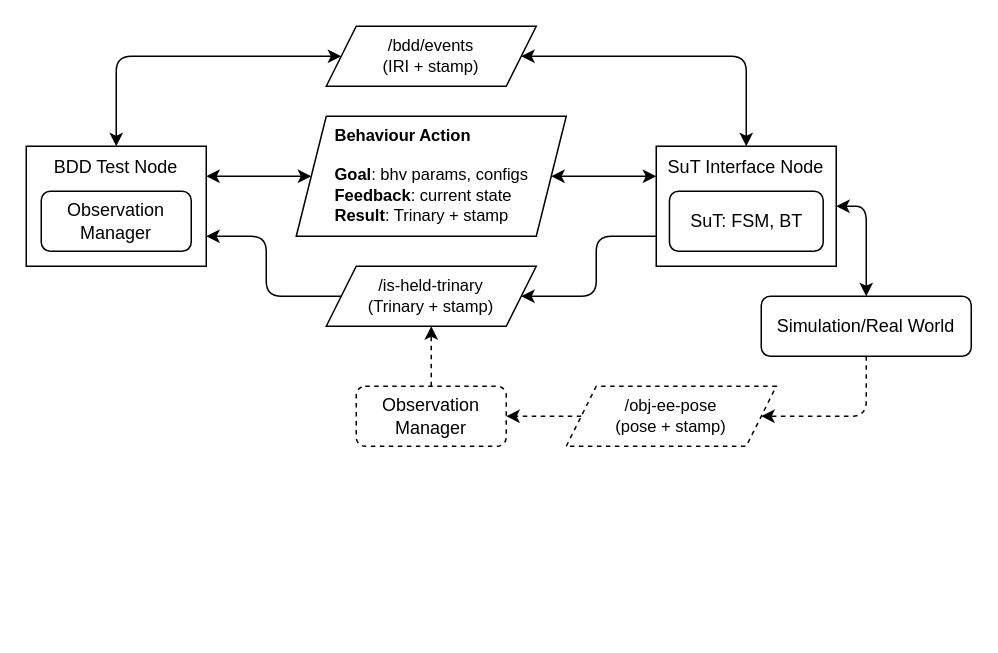
The draw.io diagram page "data flow ROS" (1 of 4) of test-execution.drawio in minhnh/drawio-diagrams, before the edit. Source tidied: cells renumbered, new cells numbered last; positions are measured from the earlier drawing's top-left corner, leaving out a move shared by most shapes. Both pictures are drawn from the tidied source at 150%, with x=0, y=0 at pixel (26, 26).
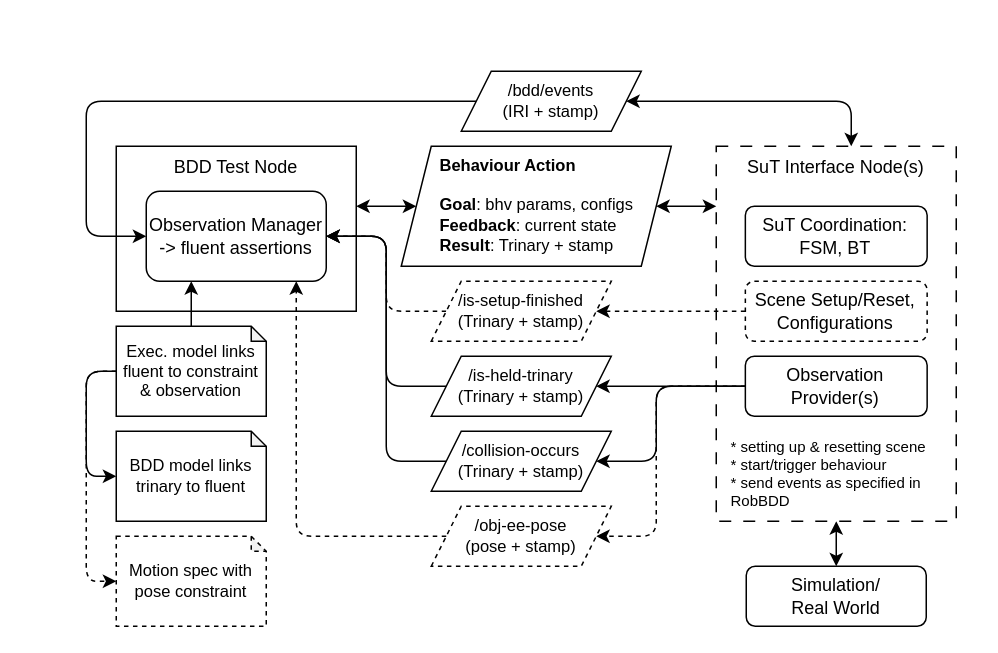
The same diagram, later.

The edit, as a diff of the source:
```diff
@@
-    <mxCell id="2" style="edgeStyle=orthogonalEdgeStyle;shape=connector;curved=0;rounded=1;jettySize=auto;html=1;strokeColor=default;align=center;verticalAlign=middle;fontFamily=Helvetica;fontSize=11;fontColor=default;labelBackgroundColor=default;endArrow=classic;startArrow=classic;startFill=1;" parent="1" edge="1" source="3" target="11">
-      <mxGeometry relative="1" as="geometry">
-        <Array as="points">
-          <mxPoint x="60" y="20" />
-        </Array>
-      </mxGeometry>
-    </mxCell>
     <mxCell id="3" value="BDD Test Node" style="rounded=0;whiteSpace=wrap;html=1;verticalAlign=top;" parent="1" vertex="1">
-      <mxGeometry y="80" width="120" height="80" as="geometry" />
+      <mxGeometry x="60" y="80" width="160" height="110" as="geometry" />
     </mxCell>
-    <mxCell id="4" value="Observation Manager" style="rounded=1;whiteSpace=wrap;html=1;verticalAlign=middle;" parent="3" vertex="1">
-      <mxGeometry x="10" y="30" width="100" height="40" as="geometry" />
+    <mxCell id="4" value="Observation Manager&lt;br&gt;-&amp;gt; fluent assertions" style="rounded=1;whiteSpace=wrap;html=1;verticalAlign=middle;" parent="3" vertex="1">
+      <mxGeometry x="20" y="30" width="120" height="60" as="geometry" />
     </mxCell>
-    <mxCell id="5" style="edgeStyle=orthogonalEdgeStyle;shape=connector;curved=0;rounded=1;jettySize=auto;html=1;strokeColor=default;align=center;verticalAlign=middle;fontFamily=Helvetica;fontSize=11;fontColor=default;labelBackgroundColor=default;startArrow=none;startFill=0;endArrow=classic;" parent="1" edge="1" source="7" target="18">
-      <mxGeometry relative="1" as="geometry">
-        <Array as="points">
-          <mxPoint x="380" y="140" />
-          <mxPoint x="380" y="180" />
-        </Array>
-      </mxGeometry>
-    </mxCell>
     <mxCell id="6" style="edgeStyle=orthogonalEdgeStyle;shape=connector;curved=0;rounded=1;jettySize=auto;html=1;strokeColor=default;align=center;verticalAlign=middle;fontFamily=Helvetica;fontSize=11;fontColor=default;labelBackgroundColor=default;startArrow=classic;startFill=1;endArrow=classic;" parent="1" edge="1" source="7" target="10">
-      <mxGeometry relative="1" as="geometry">
-        <Array as="points">
-          <mxPoint x="560" y="120" />
-        </Array>
-      </mxGeometry>
+      <mxGeometry relative="1" as="geometry" />
     </mxCell>
-    <mxCell id="7" value="SuT Interface Node" style="rounded=0;whiteSpace=wrap;html=1;verticalAlign=top;" parent="1" vertex="1">
-      <mxGeometry x="420" y="80" width="120" height="80" as="geometry" />
+    <mxCell id="7" value="SuT Interface Node(s)" style="rounded=0;whiteSpace=wrap;html=1;verticalAlign=top;dashed=1;dashPattern=8 8;" parent="1" vertex="1">
+      <mxGeometry x="460" y="80" width="160" height="250" as="geometry" />
     </mxCell>
-    <mxCell id="8" value="SuT: FSM, BT" style="rounded=1;whiteSpace=wrap;html=1;" parent="7" vertex="1">
-      <mxGeometry x="8.8" y="30" width="102.5" height="40" as="geometry" />
+    <mxCell id="8" value="SuT Coordination: FSM, BT" style="rounded=1;whiteSpace=wrap;html=1;" parent="7" vertex="1">
+      <mxGeometry x="19.4" y="40" width="121.2" height="40" as="geometry" />
     </mxCell>
+    <mxCell id="22" value="Scene Setup/Reset, Configurations" style="rounded=1;whiteSpace=wrap;html=1;dashed=1;" parent="7" vertex="1">
+      <mxGeometry x="19.4" y="90" width="121.2" height="40" as="geometry" />
+    </mxCell>
+    <mxCell id="23" value="Observation Provider(s)" style="rounded=1;whiteSpace=wrap;html=1;" parent="7" vertex="1">
+      <mxGeometry x="19.4" y="140" width="121.2" height="40" as="geometry" />
+    </mxCell>
+    <mxCell id="24" value="&lt;h1 style=&quot;margin-top: 0px;&quot;&gt;&lt;span style=&quot;background-color: transparent; color: light-dark(rgb(0, 0, 0), rgb(255, 255, 255)); font-weight: normal;&quot;&gt;* setting up &amp;amp; resetting scene&lt;br&gt;* start/trigger behaviour&lt;br&gt;* send events as specified in RobBDD&lt;/span&gt;&lt;/h1&gt;" style="text;html=1;whiteSpace=wrap;overflow=hidden;rounded=0;spacing=0;fontSize=5;" parent="7" vertex="1">
+      <mxGeometry x="10" y="190" width="140" height="50" as="geometry" />
+    </mxCell>
-    <mxCell id="9" style="edgeStyle=orthogonalEdgeStyle;shape=connector;curved=0;rounded=1;jettySize=auto;html=1;strokeColor=default;align=center;verticalAlign=middle;fontFamily=Helvetica;fontSize=11;fontColor=default;labelBackgroundColor=default;startArrow=none;startFill=0;endArrow=classic;dashed=1;" parent="1" edge="1" source="10" target="16">
+    <mxCell id="9" style="edgeStyle=orthogonalEdgeStyle;shape=connector;curved=0;rounded=1;jettySize=auto;html=1;strokeColor=default;align=center;verticalAlign=middle;fontFamily=Helvetica;fontSize=11;fontColor=default;labelBackgroundColor=default;startArrow=none;startFill=0;endArrow=classic;dashed=1;" parent="1" edge="1" source="23" target="16">
       <mxGeometry relative="1" as="geometry">
         <Array as="points">
-          <mxPoint x="560" y="260" />
+          <mxPoint x="420" y="240" />
+          <mxPoint x="420" y="340" />
         </Array>
       </mxGeometry>
     </mxCell>
+    <mxCell id="25" style="edgeStyle=orthogonalEdgeStyle;shape=connector;curved=0;rounded=1;jettySize=auto;html=1;strokeColor=default;align=center;verticalAlign=middle;fontFamily=Helvetica;fontSize=11;fontColor=default;labelBackgroundColor=default;startArrow=none;startFill=0;endArrow=classic;" parent="1" edge="1" source="23" target="36">
+      <mxGeometry relative="1" as="geometry">
+        <Array as="points">
+          <mxPoint x="420" y="240" />
+          <mxPoint x="420" y="290" />
+        </Array>
+      </mxGeometry>
+    </mxCell>
-    <mxCell id="10" value="Simulation/Real World" style="rounded=1;whiteSpace=wrap;html=1;verticalAlign=middle;align=center;" parent="1" vertex="1">
-      <mxGeometry x="490" y="180" width="140" height="40" as="geometry" />
+    <mxCell id="10" value="Simulation/&lt;br&gt;Real World" style="rounded=1;whiteSpace=wrap;html=1;verticalAlign=middle;align=center;" parent="1" vertex="1">
+      <mxGeometry x="480" y="360" width="120" height="40" as="geometry" />
     </mxCell>
+    <mxCell id="26" style="edgeStyle=orthogonalEdgeStyle;shape=connector;curved=0;rounded=1;jettySize=auto;html=1;strokeColor=default;align=center;verticalAlign=middle;fontFamily=Helvetica;fontSize=11;fontColor=default;labelBackgroundColor=default;startArrow=none;startFill=0;endArrow=classic;" parent="1" edge="1" source="11" target="4">
+      <mxGeometry relative="1" as="geometry">
+        <Array as="points">
+          <mxPoint x="40" y="50" />
+          <mxPoint x="40" y="140" />
+        </Array>
+      </mxGeometry>
+    </mxCell>
     <mxCell id="11" value="/bdd/events&lt;br&gt;(IRI + stamp)" style="shape=parallelogram;perimeter=parallelogramPerimeter;whiteSpace=wrap;html=1;fixedSize=1;fontFamily=Helvetica;fontSize=11;fontColor=default;labelBackgroundColor=default;" parent="1" vertex="1">
-      <mxGeometry x="200" width="140" height="40" as="geometry" />
+      <mxGeometry x="290" y="30" width="120" height="40" as="geometry" />
     </mxCell>
     <mxCell id="12" style="edgeStyle=orthogonalEdgeStyle;shape=connector;curved=0;rounded=1;jettySize=auto;html=1;strokeColor=default;align=center;verticalAlign=middle;fontFamily=Helvetica;fontSize=11;fontColor=default;labelBackgroundColor=default;endArrow=classic;startArrow=classic;startFill=1;" parent="1" edge="1" source="11" target="7">
       <mxGeometry relative="1" as="geometry">
         <Array as="points">
-          <mxPoint x="480" y="20" />
+          <mxPoint x="550" y="50" />
         </Array>
       </mxGeometry>
     </mxCell>
     <mxCell id="13" value="&lt;b&gt;Behaviour Action&lt;/b&gt;&lt;div&gt;&lt;b&gt;&lt;br&gt;Goal&lt;/b&gt;: bhv params, configs&lt;/div&gt;&lt;div&gt;&lt;b&gt;Feedback&lt;/b&gt;: current state&lt;/div&gt;&lt;div&gt;&lt;b&gt;Result&lt;/b&gt;: Trinary + stamp&lt;/div&gt;" style="shape=parallelogram;perimeter=parallelogramPerimeter;whiteSpace=wrap;html=1;fixedSize=1;fontFamily=Helvetica;fontSize=11;fontColor=default;labelBackgroundColor=default;verticalAlign=top;align=left;spacingLeft=24;spacingTop=0;" parent="1" vertex="1">
-      <mxGeometry x="180" y="60" width="180" height="80" as="geometry" />
+      <mxGeometry x="250" y="80" width="180" height="80" as="geometry" />
     </mxCell>
     <mxCell id="14" style="edgeStyle=orthogonalEdgeStyle;shape=connector;curved=0;rounded=1;jettySize=auto;html=1;strokeColor=default;align=center;verticalAlign=middle;fontFamily=Helvetica;fontSize=11;fontColor=default;labelBackgroundColor=default;endArrow=classic;startArrow=classic;startFill=1;" parent="1" edge="1" source="3" target="13">
       <mxGeometry relative="1" as="geometry">
         <Array as="points">
-          <mxPoint x="150" y="100" />
-          <mxPoint x="150" y="100" />
+          <mxPoint x="240" y="120" />
+          <mxPoint x="240" y="120" />
         </Array>
       </mxGeometry>
     </mxCell>
     <mxCell id="15" style="edgeStyle=orthogonalEdgeStyle;shape=connector;curved=0;rounded=1;jettySize=auto;html=1;strokeColor=default;align=center;verticalAlign=middle;fontFamily=Helvetica;fontSize=11;fontColor=default;labelBackgroundColor=default;endArrow=classic;startArrow=classic;startFill=1;" parent="1" edge="1" source="13" target="7">
       <mxGeometry relative="1" as="geometry">
         <Array as="points">
-          <mxPoint x="380" y="100" />
-          <mxPoint x="380" y="100" />
+          <mxPoint x="450" y="120" />
+          <mxPoint x="450" y="120" />
         </Array>
       </mxGeometry>
     </mxCell>
     <mxCell id="16" value="/obj-ee-pose&lt;br&gt;(pose + stamp)" style="shape=parallelogram;perimeter=parallelogramPerimeter;whiteSpace=wrap;html=1;fixedSize=1;fontFamily=Helvetica;fontSize=11;fontColor=default;labelBackgroundColor=default;dashed=1;" parent="1" vertex="1">
-      <mxGeometry x="360" y="240" width="140" height="40" as="geometry" />
+      <mxGeometry x="270" y="320" width="120" height="40" as="geometry" />
     </mxCell>
-    <mxCell id="17" style="edgeStyle=orthogonalEdgeStyle;shape=connector;curved=0;rounded=1;jettySize=auto;html=1;strokeColor=default;align=center;verticalAlign=middle;fontFamily=Helvetica;fontSize=11;fontColor=default;labelBackgroundColor=default;startArrow=none;startFill=0;endArrow=classic;" parent="1" edge="1" source="18" target="3">
+    <mxCell id="17" style="edgeStyle=orthogonalEdgeStyle;shape=connector;curved=0;rounded=1;jettySize=auto;html=1;strokeColor=default;align=center;verticalAlign=middle;fontFamily=Helvetica;fontSize=11;fontColor=default;labelBackgroundColor=default;startArrow=none;startFill=0;endArrow=classic;" parent="1" edge="1" source="18" target="4">
       <mxGeometry relative="1" as="geometry">
         <Array as="points">
-          <mxPoint x="160" y="180" />
-          <mxPoint x="160" y="140" />
+          <mxPoint x="240" y="240" />
+          <mxPoint x="240" y="140" />
         </Array>
       </mxGeometry>
     </mxCell>
     <mxCell id="18" value="/is-held-trinary&lt;br&gt;(Trinary + stamp)" style="shape=parallelogram;perimeter=parallelogramPerimeter;whiteSpace=wrap;html=1;fixedSize=1;fontFamily=Helvetica;fontSize=11;fontColor=default;labelBackgroundColor=default;" parent="1" vertex="1">
-      <mxGeometry x="200" y="160" width="140" height="40" as="geometry" />
+      <mxGeometry x="270" y="220" width="120" height="40" as="geometry" />
     </mxCell>
-    <mxCell id="19" value="Observation Manager" style="rounded=1;whiteSpace=wrap;html=1;verticalAlign=middle;dashed=1;" parent="1" vertex="1">
-      <mxGeometry x="220" y="240" width="100" height="40" as="geometry" />
-    </mxCell>
-    <mxCell id="20" style="edgeStyle=orthogonalEdgeStyle;shape=connector;curved=0;rounded=1;jettySize=auto;html=1;strokeColor=default;align=center;verticalAlign=middle;fontFamily=Helvetica;fontSize=11;fontColor=default;labelBackgroundColor=default;startArrow=none;startFill=0;endArrow=classic;dashed=1;" parent="1" edge="1" source="16" target="19">
-      <mxGeometry relative="1" as="geometry" />
+    <mxCell id="20" style="edgeStyle=orthogonalEdgeStyle;shape=connector;curved=0;rounded=1;jettySize=auto;html=1;strokeColor=default;align=center;verticalAlign=middle;fontFamily=Helvetica;fontSize=11;fontColor=default;labelBackgroundColor=default;startArrow=none;startFill=0;endArrow=classic;dashed=1;" parent="1" edge="1" source="16" target="4">
+      <mxGeometry relative="1" as="geometry">
+        <Array as="points">
+          <mxPoint x="180" y="340" />
+        </Array>
+      </mxGeometry>
     </mxCell>
-    <mxCell id="21" style="edgeStyle=orthogonalEdgeStyle;shape=connector;curved=0;rounded=1;jettySize=auto;html=1;strokeColor=default;align=center;verticalAlign=middle;fontFamily=Helvetica;fontSize=11;fontColor=default;labelBackgroundColor=default;startArrow=none;startFill=0;endArrow=classic;dashed=1;" parent="1" edge="1" source="19" target="18">
-      <mxGeometry relative="1" as="geometry" />
-    </mxCell>
+    <mxCell id="27" style="edgeStyle=orthogonalEdgeStyle;shape=connector;curved=0;rounded=1;jettySize=auto;html=1;strokeColor=default;align=center;verticalAlign=middle;fontFamily=Helvetica;fontSize=11;fontColor=default;labelBackgroundColor=default;startArrow=none;startFill=0;endArrow=classic;dashed=1;" parent="1" edge="1" source="28" target="4">
+      <mxGeometry relative="1" as="geometry">
+        <Array as="points">
+          <mxPoint x="240" y="190" />
+          <mxPoint x="240" y="140" />
+        </Array>
+      </mxGeometry>
+    </mxCell>
+    <mxCell id="28" value="/is-setup-finished&lt;br&gt;(Trinary + stamp)" style="shape=parallelogram;perimeter=parallelogramPerimeter;whiteSpace=wrap;html=1;fixedSize=1;fontFamily=Helvetica;fontSize=11;fontColor=default;labelBackgroundColor=default;dashed=1;" parent="1" vertex="1">
+      <mxGeometry x="270" y="170" width="120" height="40" as="geometry" />
+    </mxCell>
+    <mxCell id="29" value="BDD model links trinary to fluent" style="shape=note;whiteSpace=wrap;html=1;backgroundOutline=1;darkOpacity=0.05;fontFamily=Helvetica;fontSize=11;fontColor=default;labelBackgroundColor=default;size=10;" parent="1" vertex="1">
+      <mxGeometry x="60" y="270" width="100" height="60" as="geometry" />
+    </mxCell>
+    <mxCell id="30" value="Motion spec with pose constraint" style="shape=note;whiteSpace=wrap;html=1;backgroundOutline=1;darkOpacity=0.05;fontFamily=Helvetica;fontSize=11;fontColor=default;labelBackgroundColor=default;size=10;dashed=1;" parent="1" vertex="1">
+      <mxGeometry x="60" y="340" width="100" height="60" as="geometry" />
+    </mxCell>
+    <mxCell id="31" style="edgeStyle=orthogonalEdgeStyle;shape=connector;curved=0;rounded=1;jettySize=auto;html=1;strokeColor=default;align=center;verticalAlign=middle;fontFamily=Helvetica;fontSize=11;fontColor=default;labelBackgroundColor=default;startArrow=none;startFill=0;endArrow=classic;dashed=1;" parent="1" edge="1" source="34" target="30">
+      <mxGeometry relative="1" as="geometry">
+        <Array as="points">
+          <mxPoint x="40" y="230" />
+          <mxPoint x="40" y="370" />
+        </Array>
+      </mxGeometry>
+    </mxCell>
+    <mxCell id="32" style="edgeStyle=orthogonalEdgeStyle;shape=connector;curved=0;rounded=1;jettySize=auto;html=1;strokeColor=default;align=center;verticalAlign=middle;fontFamily=Helvetica;fontSize=11;fontColor=default;labelBackgroundColor=default;startArrow=none;startFill=0;endArrow=classic;" parent="1" edge="1" source="34" target="29">
+      <mxGeometry relative="1" as="geometry">
+        <Array as="points">
+          <mxPoint x="40" y="230" />
+          <mxPoint x="40" y="300" />
+        </Array>
+      </mxGeometry>
+    </mxCell>
+    <mxCell id="33" style="edgeStyle=orthogonalEdgeStyle;shape=connector;curved=0;rounded=1;jettySize=auto;html=1;strokeColor=default;align=center;verticalAlign=middle;fontFamily=Helvetica;fontSize=11;fontColor=default;labelBackgroundColor=default;startArrow=none;startFill=0;endArrow=classic;" parent="1" edge="1" source="34" target="4">
+      <mxGeometry relative="1" as="geometry">
+        <Array as="points">
+          <mxPoint x="110" y="200" />
+          <mxPoint x="110" y="200" />
+        </Array>
+      </mxGeometry>
+    </mxCell>
+    <mxCell id="34" value="Exec. model links fluent to constraint&lt;br&gt;&amp;amp; observation" style="shape=note;whiteSpace=wrap;html=1;backgroundOutline=1;darkOpacity=0.05;fontFamily=Helvetica;fontSize=11;fontColor=default;labelBackgroundColor=default;size=10;" parent="1" vertex="1">
+      <mxGeometry x="60" y="200" width="100" height="60" as="geometry" />
+    </mxCell>
+    <mxCell id="35" style="edgeStyle=orthogonalEdgeStyle;shape=connector;curved=0;rounded=1;jettySize=auto;html=1;strokeColor=default;align=center;verticalAlign=middle;fontFamily=Helvetica;fontSize=11;fontColor=default;labelBackgroundColor=default;startArrow=none;startFill=0;endArrow=classic;" parent="1" edge="1" source="36" target="4">
+      <mxGeometry relative="1" as="geometry">
+        <Array as="points">
+          <mxPoint x="240" y="290" />
+          <mxPoint x="240" y="140" />
+        </Array>
+      </mxGeometry>
+    </mxCell>
+    <mxCell id="36" value="/collision-occurs&lt;br&gt;(Trinary + stamp)" style="shape=parallelogram;perimeter=parallelogramPerimeter;whiteSpace=wrap;html=1;fixedSize=1;fontFamily=Helvetica;fontSize=11;fontColor=default;labelBackgroundColor=default;" parent="1" vertex="1">
+      <mxGeometry x="270" y="270" width="120" height="40" as="geometry" />
+    </mxCell>
+    <mxCell id="37" style="edgeStyle=orthogonalEdgeStyle;shape=connector;curved=0;rounded=1;jettySize=auto;html=1;strokeColor=default;align=center;verticalAlign=middle;fontFamily=Helvetica;fontSize=11;fontColor=default;labelBackgroundColor=default;startArrow=none;startFill=0;endArrow=classic;dashed=1;" parent="1" edge="1" source="22" target="28">
+      <mxGeometry relative="1" as="geometry" />
+    </mxCell>
+    <mxCell id="5" style="edgeStyle=orthogonalEdgeStyle;shape=connector;curved=0;rounded=1;jettySize=auto;html=1;strokeColor=default;align=center;verticalAlign=middle;fontFamily=Helvetica;fontSize=11;fontColor=default;labelBackgroundColor=default;startArrow=none;startFill=0;endArrow=classic;" parent="1" edge="1" source="23" target="18">
+      <mxGeometry relative="1" as="geometry" />
+    </mxCell>
```
